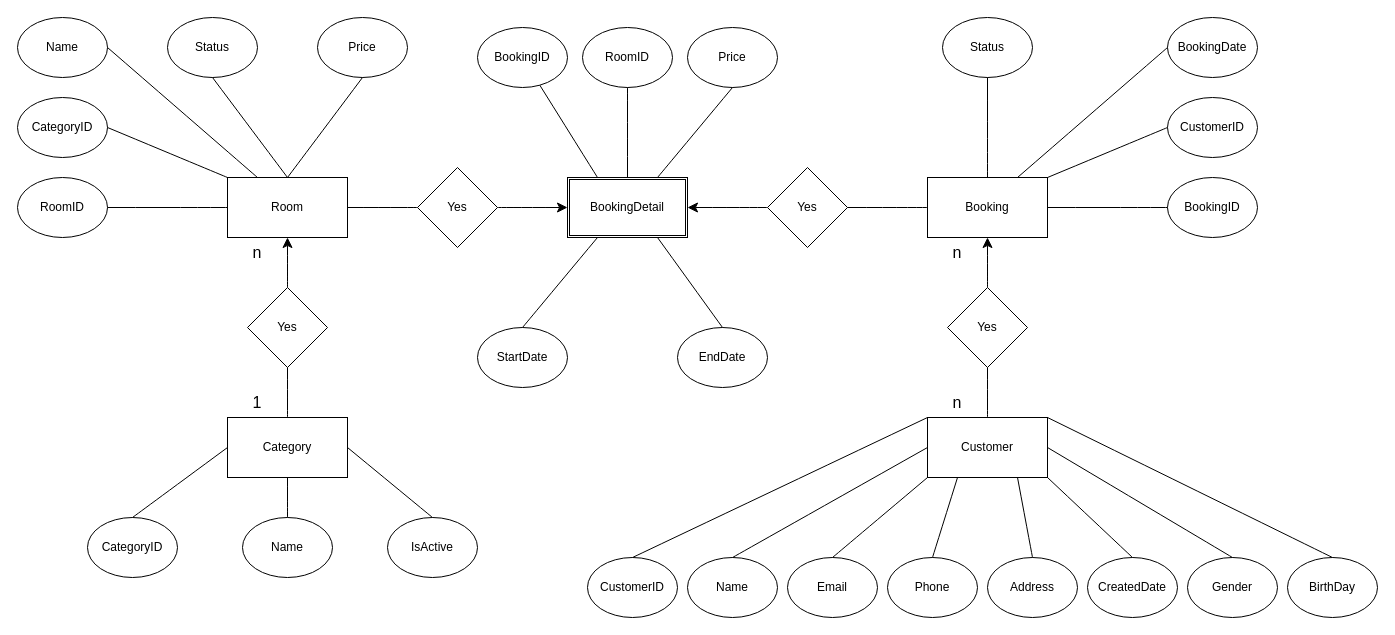
hoangprohigher/-pever keeps this draw.io diagram as Untitled Diagram.drawio. Above is the earlier version. Source tidied: cells renumbered, new cells numbered last; positions are measured from the earlier drawing's top-left corner, leaving out a move shared by most shapes. Both pictures are drawn from the tidied source at 100%, with x=0, y=0 at pixel (17, 17).
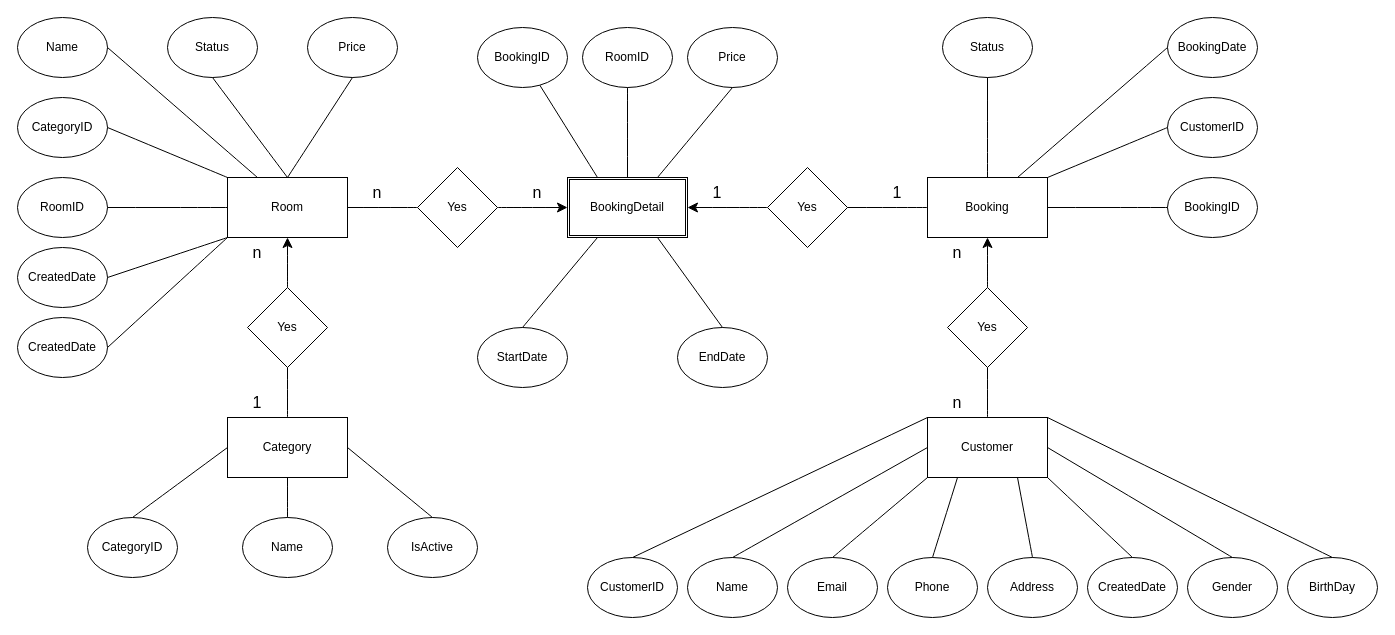
The same diagram, later.

The change refers to these unchanged cells:
```xml
<mxCell id="2" value="Room" style="rounded=0;whiteSpace=wrap;html=1;" parent="1" vertex="1">
  <mxGeometry x="210" y="160" width="120" height="60" as="geometry" />
</mxCell>
<mxCell id="4" value="Booking" style="rounded=0;whiteSpace=wrap;html=1;" parent="1" vertex="1">
  <mxGeometry x="910" y="160" width="120" height="60" as="geometry" />
</mxCell>
<mxCell id="14" value="Yes" style="rhombus;whiteSpace=wrap;html=1;direction=east;" parent="1" vertex="1">
  <mxGeometry x="750" y="150" width="80" height="80" as="geometry" />
</mxCell>
<mxCell id="73" value="n" style="text;html=1;align=center;verticalAlign=middle;whiteSpace=wrap;rounded=0;fontSize=16;" parent="1" vertex="1">
  <mxGeometry x="210" y="220" width="60" height="30" as="geometry" />
</mxCell>
```

The edit, as a diff of the source:
```diff
@@
-    <mxCell id="15" style="endArrow=none;html=1;rounded=0;fontSize=12;startSize=8;endSize=8;curved=1;entryX=1;entryY=0.5;entryDx=0;entryDy=0;exitX=0;exitY=0.5;exitDx=0;exitDy=0;" parent="1" edge="1" source="4" target="14">
-      <mxGeometry relative="1" as="geometry" />
+    <mxCell id="15" style="endArrow=none;html=1;rounded=0;fontSize=12;startSize=8;endSize=8;curved=1;entryX=1;entryY=0.5;entryDx=0;entryDy=0;" parent="1" edge="1" target="14">
+      <mxGeometry relative="1" as="geometry">
+        <mxPoint x="910" y="190" as="sourcePoint" />
+      </mxGeometry>
     </mxCell>
@@
     <mxCell id="50" value="Price" style="ellipse;whiteSpace=wrap;html=1;" parent="1" vertex="1">
-      <mxGeometry x="300" width="90" height="60" as="geometry" />
+      <mxGeometry x="290" width="90" height="60" as="geometry" />
     </mxCell>
@@
+    <mxCell id="74" value="CreatedDate" style="ellipse;whiteSpace=wrap;html=1;" parent="1" vertex="1">
+      <mxGeometry y="230" width="90" height="60" as="geometry" />
+    </mxCell>
+    <mxCell id="75" style="endArrow=none;html=1;rounded=0;fontSize=12;startSize=8;endSize=8;curved=1;exitX=0;exitY=1;exitDx=0;exitDy=0;entryX=1;entryY=0.5;entryDx=0;entryDy=0;" parent="1" edge="1" source="2" target="74">
+      <mxGeometry relative="1" as="geometry" />
+    </mxCell>
+    <mxCell id="76" value="CreatedDate" style="ellipse;whiteSpace=wrap;html=1;" parent="1" vertex="1">
+      <mxGeometry y="300" width="90" height="60" as="geometry" />
+    </mxCell>
+    <mxCell id="77" style="endArrow=none;html=1;rounded=0;fontSize=12;startSize=8;endSize=8;curved=1;entryX=1;entryY=0.5;entryDx=0;entryDy=0;exitX=0;exitY=0;exitDx=0;exitDy=0;" parent="1" edge="1" source="73" target="76">
+      <mxGeometry relative="1" as="geometry" />
+    </mxCell>
+    <mxCell id="78" value="1" style="text;html=1;align=center;verticalAlign=middle;whiteSpace=wrap;rounded=0;fontSize=16;" parent="1" vertex="1">
+      <mxGeometry x="850" y="160" width="60" height="30" as="geometry" />
+    </mxCell>
+    <mxCell id="79" value="1" style="text;html=1;align=center;verticalAlign=middle;whiteSpace=wrap;rounded=0;fontSize=16;" parent="1" vertex="1">
+      <mxGeometry x="670" y="160" width="60" height="30" as="geometry" />
+    </mxCell>
+    <mxCell id="80" value="n" style="text;html=1;align=center;verticalAlign=middle;whiteSpace=wrap;rounded=0;fontSize=16;" parent="1" vertex="1">
+      <mxGeometry x="330" y="160" width="60" height="30" as="geometry" />
+    </mxCell>
+    <mxCell id="81" value="n" style="text;html=1;align=center;verticalAlign=middle;whiteSpace=wrap;rounded=0;fontSize=16;" parent="1" vertex="1">
+      <mxGeometry x="490" y="160" width="60" height="30" as="geometry" />
+    </mxCell>
```
